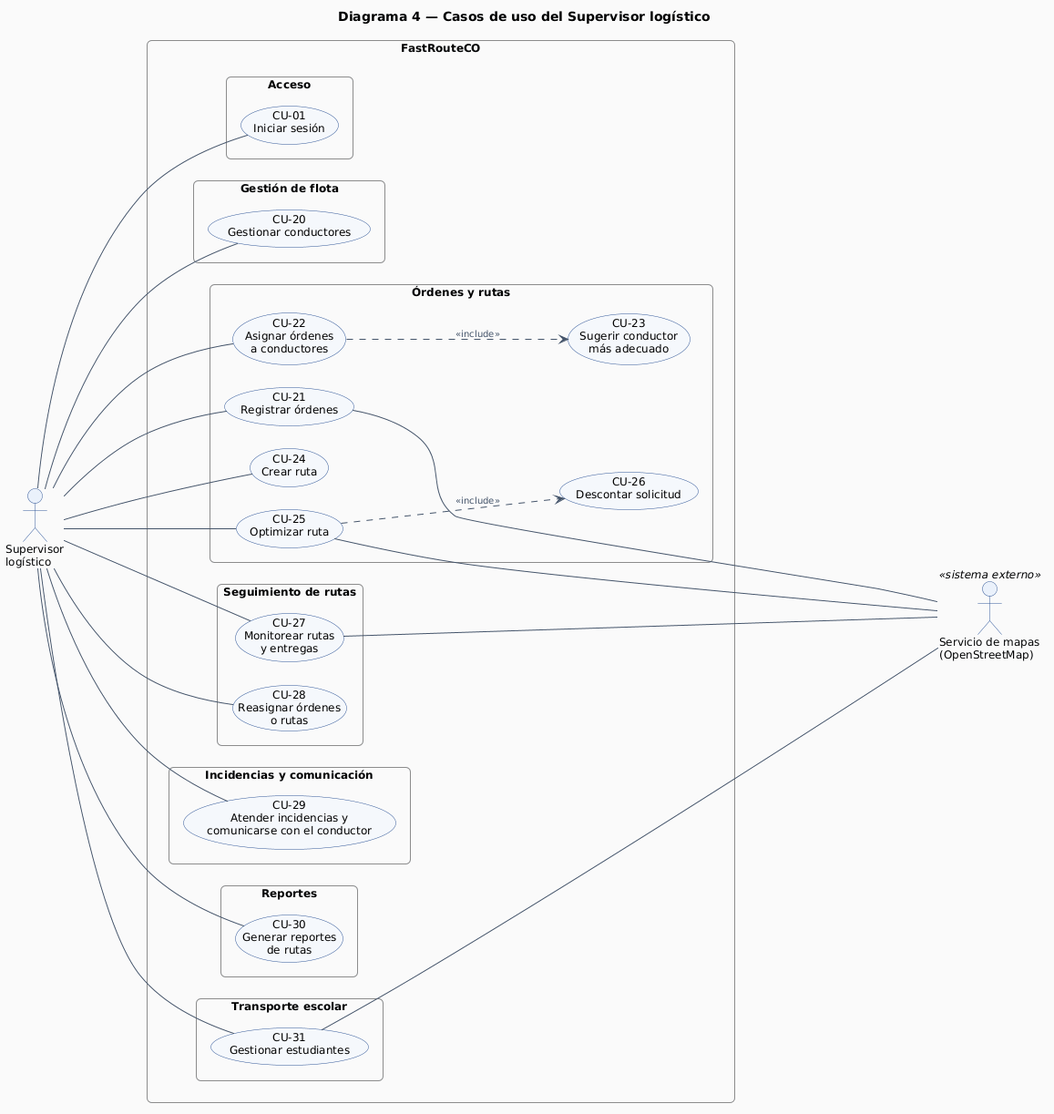
Above: docs/casos-de-uso/supervisor-logistico.png in JuanBallares03/Electiva-CPC (PlantUML), before the change.
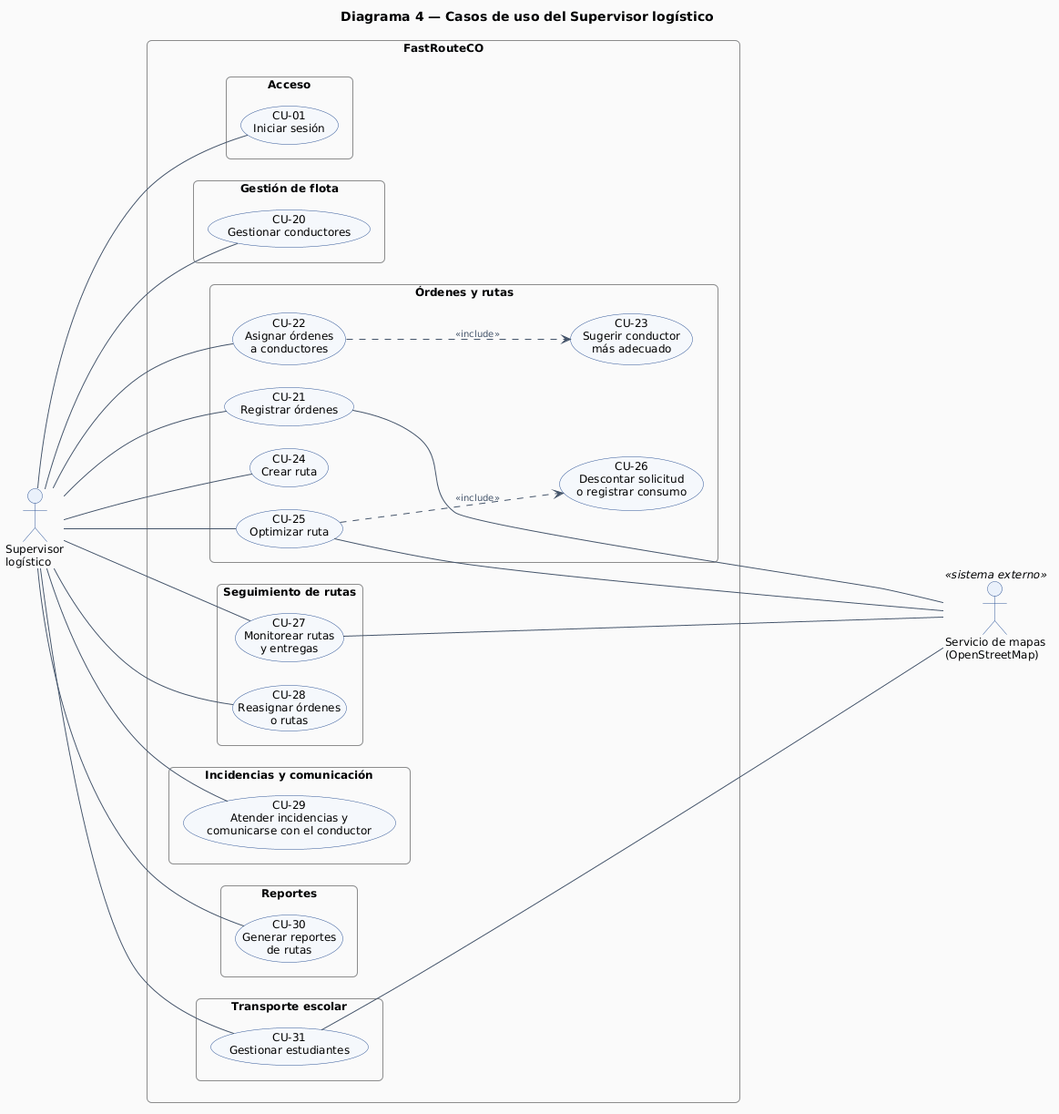
After the change.

Change to the diagram source:
```diff
@@ -51,7 +51,7 @@
     usecase "CU-23\nSugerir conductor\nmás adecuado" as CU23
     usecase "CU-24\nCrear ruta" as CU24
     usecase "CU-25\nOptimizar ruta" as CU25
-    usecase "CU-26\nDescontar solicitud" as CU26
+    usecase "CU-26\nDescontar solicitud\no registrar consumo" as CU26
   }
   package "Seguimiento de rutas" as PSeg {
     usecase "CU-27\nMonitorear rutas\ny entregas" as CU27
```
